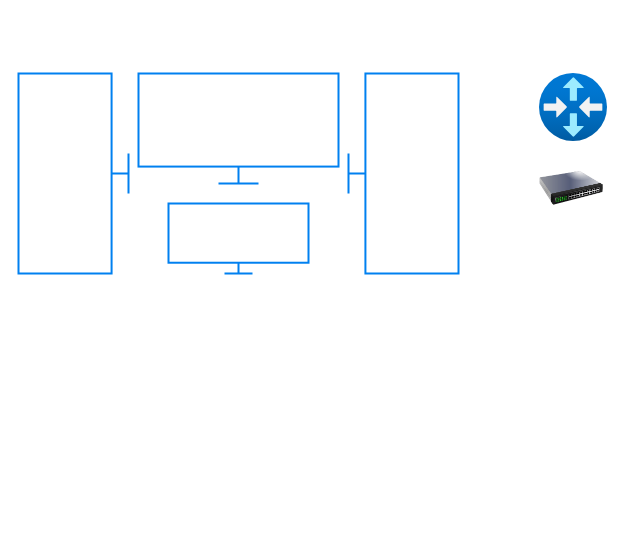
Annabellie/Test1 keeps this draw.io diagram as Untitled Diagram.drawio. Above is the earlier version. Source tidied: cells renumbered, new cells numbered last; positions are measured from the earlier drawing's top-left corner, leaving out a move shared by most shapes. Both pictures are drawn from the tidied source at 100%, with x=0, y=0 at pixel (-27, 73). Pictures stored in the file or linked from it are replaced by grey dashed boxes.
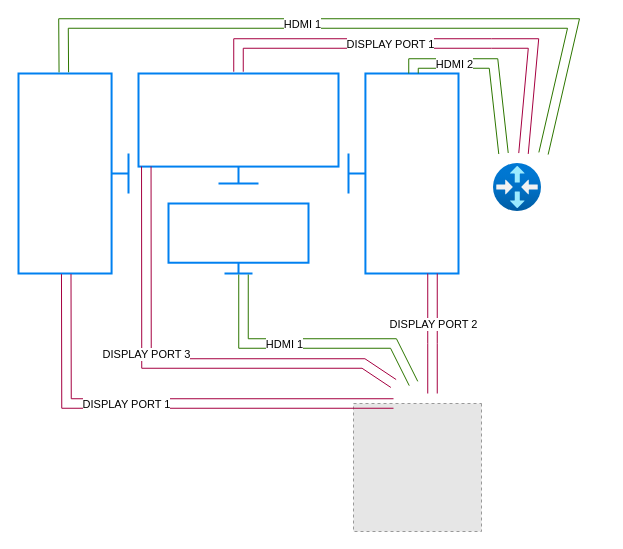
The same diagram, later.

The change refers to these unchanged cells:
```xml
<mxCell id="2" style="html=1;verticalLabelPosition=bottom;align=center;labelBackgroundColor=#ffffff;verticalAlign=top;strokeWidth=2;strokeColor=#0080F0;shadow=0;dashed=0;shape=mxgraph.ios7.icons.monitor;" parent="1" vertex="1">
  <mxGeometry x="165" width="200" height="110" as="geometry" />
</mxCell>
<mxCell id="4" style="html=1;verticalLabelPosition=bottom;align=center;labelBackgroundColor=#ffffff;verticalAlign=top;strokeWidth=2;strokeColor=#0080F0;shadow=0;dashed=0;shape=mxgraph.ios7.icons.monitor;rotation=-90;" parent="1" vertex="1">
  <mxGeometry y="45" width="200" height="110" as="geometry" />
</mxCell>
```

Diff of the diagram source:
```diff
@@
     <mxCell id="6" style="image;html=1;align=center;fontSize=12;image=img/lib/azure2/networking/Virtual_Router.svg;" parent="1" vertex="1">
-      <mxGeometry x="566" width="68" height="68" as="geometry" />
+      <mxGeometry x="520" y="90" width="48" height="48" as="geometry" />
     </mxCell>
-    <mxCell id="7" style="image;html=1;image=img/lib/clip_art/networking/Switch_128x128.png;" parent="1" vertex="1">
-      <mxGeometry x="566" y="80" width="64" height="70" as="geometry" />
-    </mxCell>
+    <mxCell id="8" style="fillColor=#E6E6E6;strokeColor=#999999;dashed=1;html=1;verticalAlign=top;verticalLabelPosition=bottom;labelBackgroundColor=#ffffff;rotation=90;" parent="1" vertex="1">
+      <mxGeometry x="380" y="330" width="128" height="128" as="geometry" />
+    </mxCell>
+    <mxCell id="9" style="shape=link;html=1;rounded=0;fillColor=#d80073;strokeColor=#A50040;width=9.523809523809522;exitX=-0.003;exitY=0.434;exitDx=0;exitDy=0;exitPerimeter=0;" parent="1" edge="1" source="4">
+      <mxGeometry relative="1" as="geometry">
+        <mxPoint x="420" y="330" as="targetPoint" />
+        <Array as="points">
+          <mxPoint x="93" y="330" />
+        </Array>
+      </mxGeometry>
+    </mxCell>
+    <mxCell id="10" value="DISPLAY PORT 1" style="edgeLabel;html=1;align=center;verticalAlign=middle;" parent="9" vertex="1">
+      <mxGeometry x="-0.17" relative="1" as="geometry" />
+    </mxCell>
+    <mxCell id="11" style="shape=link;html=1;rounded=0;fillColor=#d80073;strokeColor=#A50040;width=9.523809523809522;exitX=1;exitY=0.409;exitDx=0;exitDy=0;exitPerimeter=0;" parent="1" edge="1">
+      <mxGeometry relative="1" as="geometry">
+        <mxPoint x="459" y="200" as="sourcePoint" />
+        <mxPoint x="459" y="320" as="targetPoint" />
+        <Array as="points">
+          <mxPoint x="459" y="270" />
+        </Array>
+      </mxGeometry>
+    </mxCell>
+    <mxCell id="12" value="DISPLAY PORT 2" style="edgeLabel;html=1;align=center;verticalAlign=middle;" parent="11" vertex="1">
+      <mxGeometry x="-0.17" relative="1" as="geometry" />
+    </mxCell>
+    <mxCell id="13" style="shape=link;html=1;rounded=0;fillColor=#d80073;strokeColor=#A50040;width=9.523809523809522;exitX=0.039;exitY=0.846;exitDx=0;exitDy=0;exitPerimeter=0;" parent="1" edge="1" source="2">
+      <mxGeometry relative="1" as="geometry">
+        <mxPoint x="420" y="310" as="targetPoint" />
+        <Array as="points">
+          <mxPoint x="173" y="290" />
+          <mxPoint x="390" y="290" />
+        </Array>
+      </mxGeometry>
+    </mxCell>
+    <mxCell id="14" value="DISPLAY PORT 3" style="edgeLabel;html=1;align=center;verticalAlign=middle;" parent="13" vertex="1">
+      <mxGeometry x="-0.17" relative="1" as="geometry" />
+    </mxCell>
+    <mxCell id="15" style="shape=link;html=1;rounded=0;fillColor=#60a917;strokeColor=#2D7600;width=9.523809523809522;" parent="1" edge="1">
+      <mxGeometry relative="1" as="geometry">
+        <mxPoint x="270" y="201" as="sourcePoint" />
+        <mxPoint x="440" y="310" as="targetPoint" />
+        <Array as="points">
+          <mxPoint x="270" y="270" />
+          <mxPoint x="420" y="270" />
+        </Array>
+      </mxGeometry>
+    </mxCell>
+    <mxCell id="16" value="HDMI 1" style="edgeLabel;html=1;align=center;verticalAlign=middle;" parent="15" vertex="1">
+      <mxGeometry x="-0.17" relative="1" as="geometry" />
+    </mxCell>
+    <mxCell id="17" style="shape=link;html=1;rounded=0;fillColor=#60a917;strokeColor=#2D7600;width=9.523809523809522;exitX=1.006;exitY=0.412;exitDx=0;exitDy=0;exitPerimeter=0;" parent="1" edge="1" source="4">
+      <mxGeometry relative="1" as="geometry">
+        <mxPoint x="570" y="80" as="targetPoint" />
+        <Array as="points">
+          <mxPoint x="90" y="-50" />
+          <mxPoint x="330" y="-50" />
+          <mxPoint x="600" y="-50" />
+        </Array>
+      </mxGeometry>
+    </mxCell>
+    <mxCell id="18" value="HDMI 1" style="edgeLabel;html=1;align=center;verticalAlign=middle;" parent="17" vertex="1">
+      <mxGeometry x="-0.17" relative="1" as="geometry" />
+    </mxCell>
+    <mxCell id="19" style="shape=link;html=1;rounded=0;fillColor=#d80073;strokeColor=#A50040;width=9.523809523809522;exitX=0.5;exitY=-0.016;exitDx=0;exitDy=0;exitPerimeter=0;" parent="1" edge="1" source="2">
+      <mxGeometry relative="1" as="geometry">
+        <mxPoint x="550" y="80" as="targetPoint" />
+        <Array as="points">
+          <mxPoint x="265" y="-30" />
+          <mxPoint x="518" y="-30" />
+          <mxPoint x="560" y="-30" />
+        </Array>
+      </mxGeometry>
+    </mxCell>
+    <mxCell id="20" value="DISPLAY PORT 1" style="edgeLabel;html=1;align=center;verticalAlign=middle;" parent="19" vertex="1">
+      <mxGeometry x="-0.17" relative="1" as="geometry" />
+    </mxCell>
+    <mxCell id="21" style="shape=link;html=1;rounded=0;fillColor=#60a917;strokeColor=#2D7600;width=9.523809523809522;" parent="1" edge="1">
+      <mxGeometry relative="1" as="geometry">
+        <mxPoint x="440" as="sourcePoint" />
+        <mxPoint x="530" y="80" as="targetPoint" />
+        <Array as="points">
+          <mxPoint x="440" y="-10" />
+          <mxPoint x="693" y="-10" />
+          <mxPoint x="520" y="-10" />
+        </Array>
+      </mxGeometry>
+    </mxCell>
+    <mxCell id="22" value="HDMI 2" style="edgeLabel;html=1;align=center;verticalAlign=middle;" parent="21" vertex="1">
+      <mxGeometry x="-0.17" relative="1" as="geometry">
+        <mxPoint x="-169" as="offset" />
+      </mxGeometry>
+    </mxCell>
```
